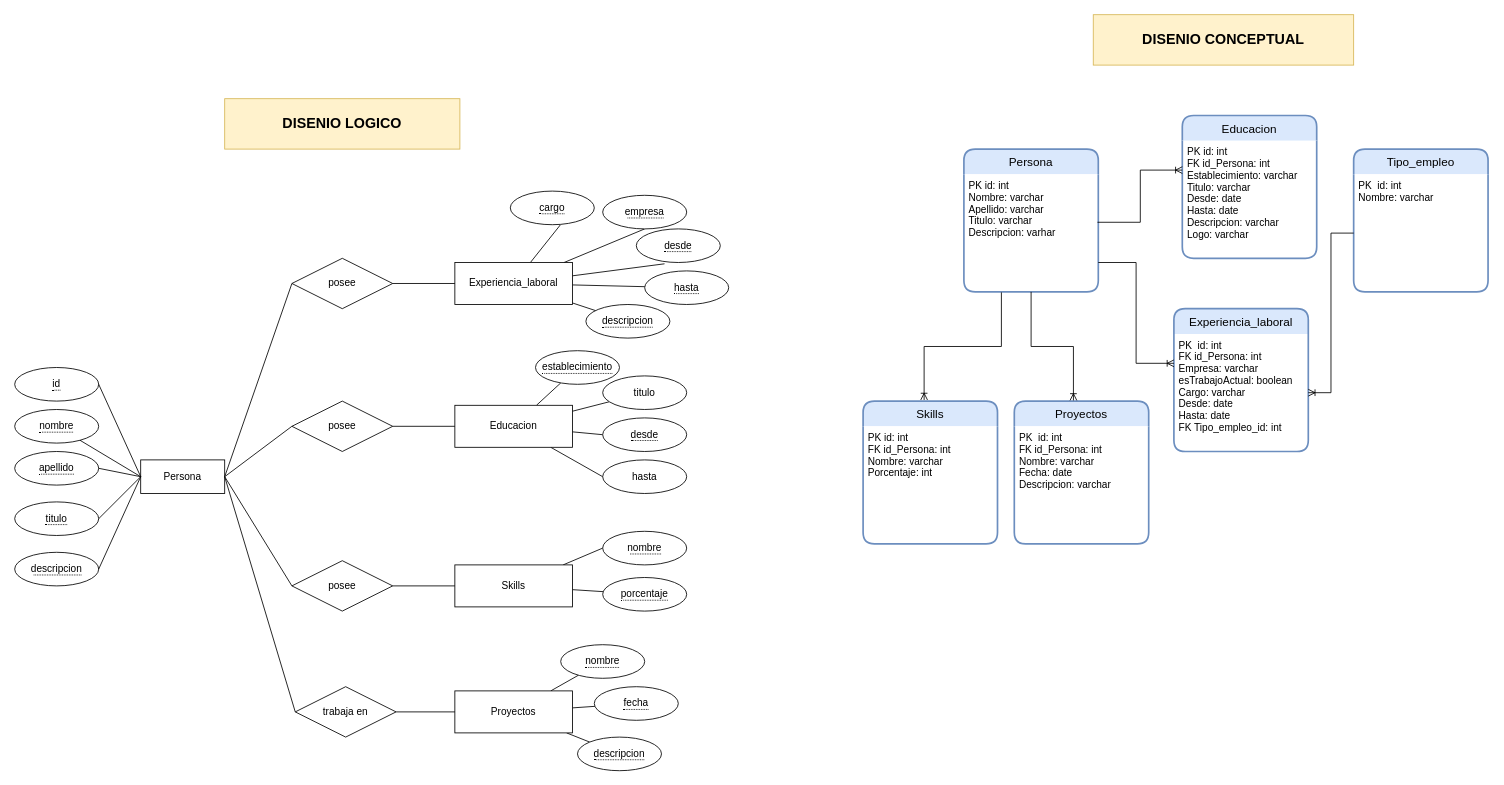
pablovede/portfolioArgPrograma-Backend keeps this draw.io diagram as page "DER" (1 of 2) of Diagramas/DER-UMLv2.drawio. Above is the earlier version. Source tidied: cells renumbered, new cells numbered last; positions are measured from the earlier drawing's top-left corner, leaving out a move shared by most shapes. Both pictures are drawn from the tidied source at 84%, with x=0, y=0 at pixel (14, 14).
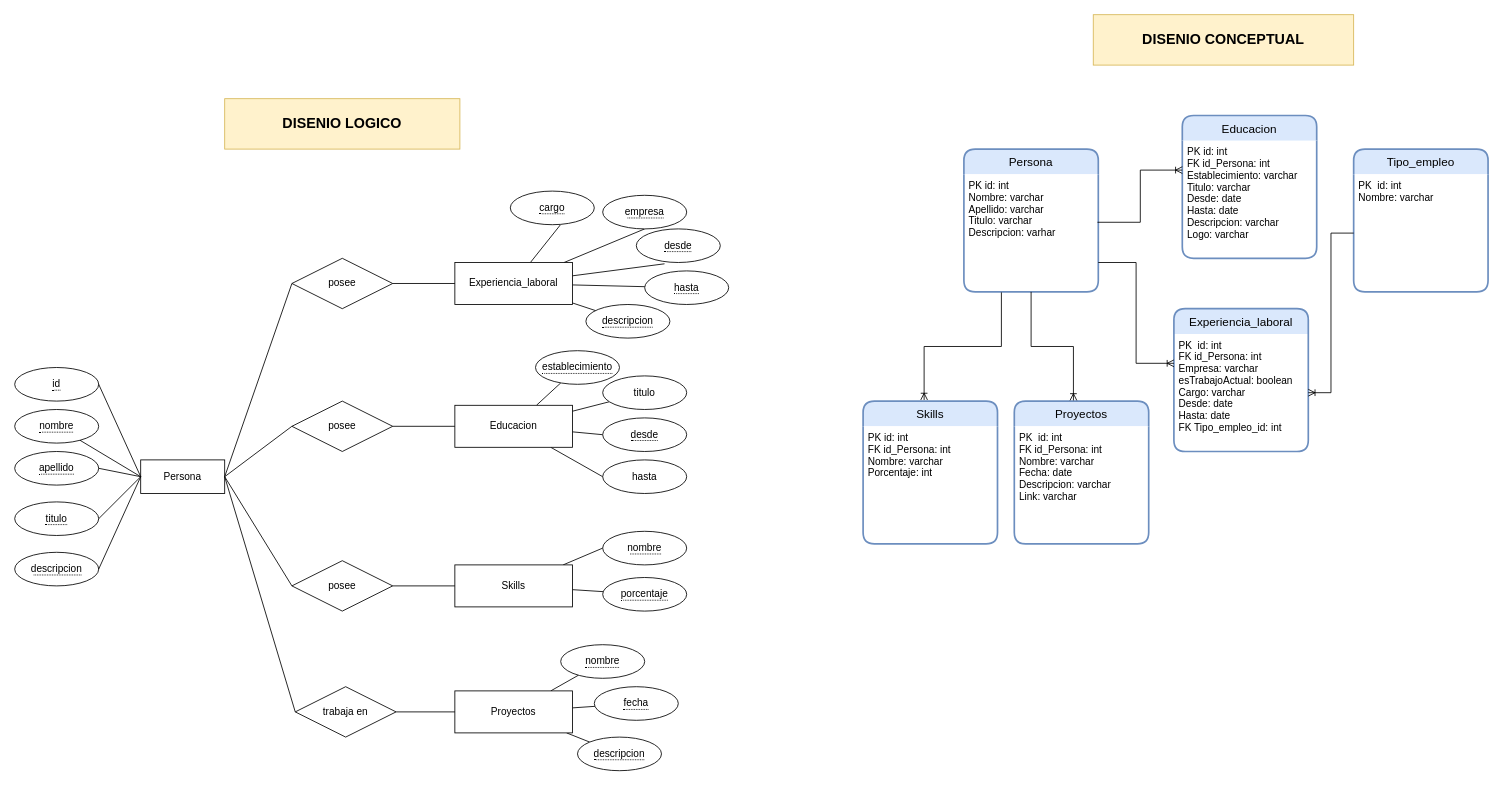
Above is the later version.

Unchanged cells that the change refers to:
```xml
<mxCell id="57" value="Proyectos" style="swimlane;horizontal=1;startSize=30;rounded=1;fontSize=14;fontStyle=0;strokeWidth=2;shadow=0;dashed=0;align=center;swimlaneFillColor=default;fillColor=#dae8fc;strokeColor=#6c8ebf;sketch=0;glass=0;swimlaneLine=0;labelBorderColor=none;" parent="1" vertex="1">
  <mxGeometry x="1190" y="460" width="160" height="170" as="geometry" />
</mxCell>
```

Diff of the diagram source:
```diff
@@
-    <mxCell id="58" value="PK  id: int&#10;FK id_Persona: int&#10;Nombre: varchar&#10;Fecha: date&#10;Descripcion: varchar" style="align=left;strokeColor=none;fillColor=none;spacingLeft=4;fontSize=12;verticalAlign=top;" parent="57" vertex="1">
+    <mxCell id="58" value="PK  id: int&#10;FK id_Persona: int&#10;Nombre: varchar&#10;Fecha: date&#10;Descripcion: varchar&#10;Link: varchar" style="align=left;strokeColor=none;fillColor=none;spacingLeft=4;fontSize=12;verticalAlign=top;" parent="57" vertex="1">
       <mxGeometry y="30" width="160" height="140" as="geometry" />
     </mxCell>
```
